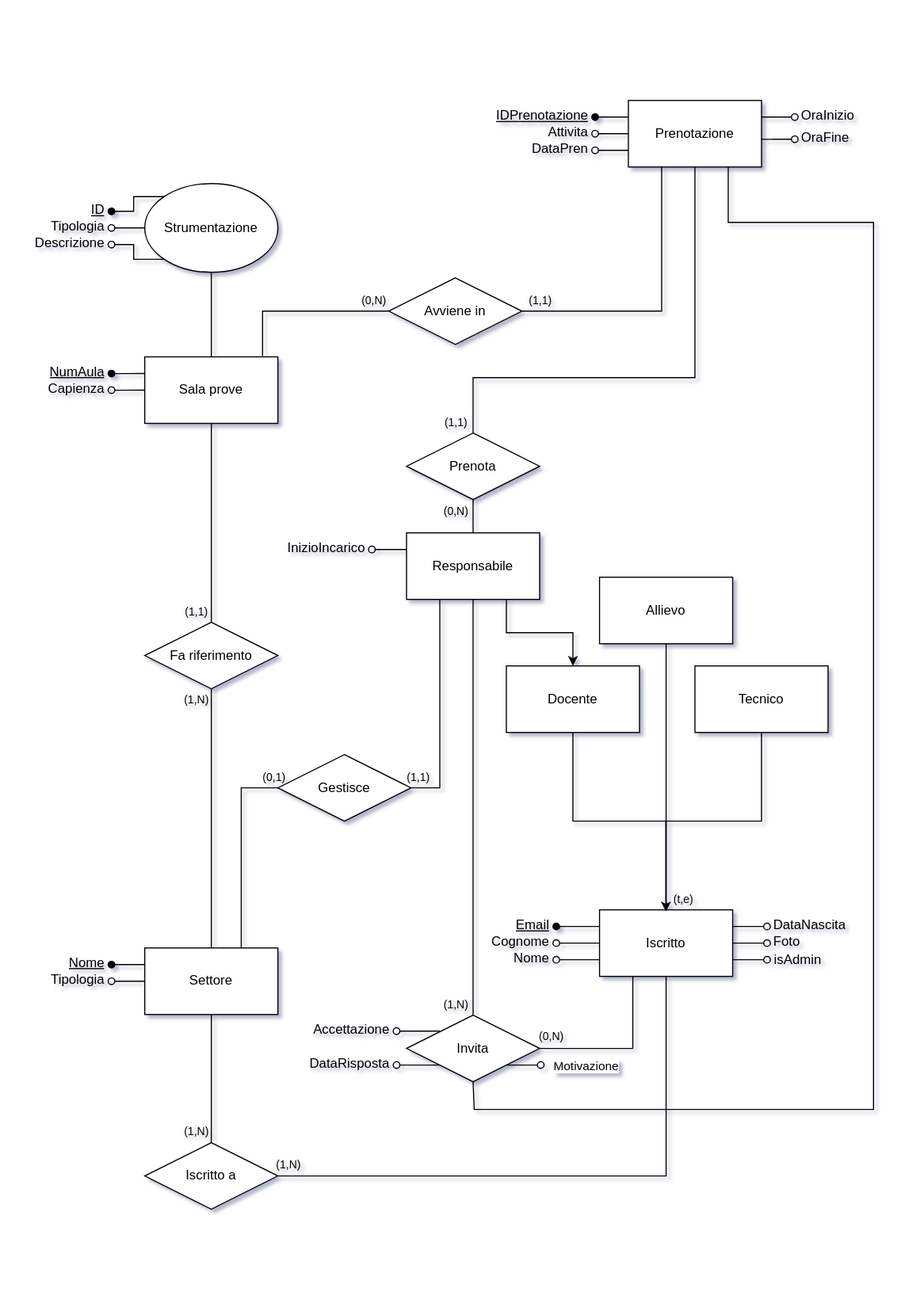
pirvllv/PWeb-Project_25-26_Ancri-Piralla-Suanno keeps this draw.io diagram as schemiER/Schema-ER-NON-ristrutturato.svg. Above is the earlier version. Source tidied: cells renumbered, new cells last; positions are measured from the earlier drawing's top-left corner, leaving out a move shared by most shapes.
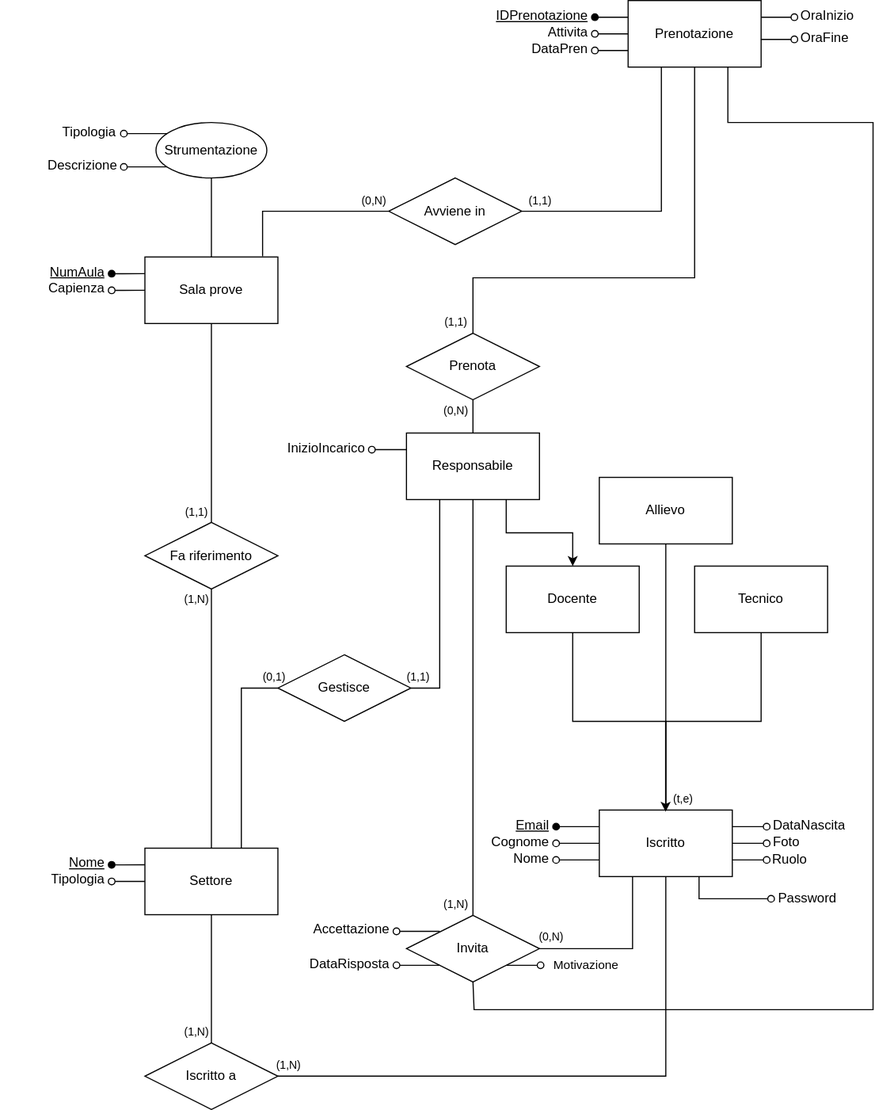
Above is the later version.

What changed in the source:
```diff
@@ -125,30 +125,6 @@
     <mxCell id="36" value="Capienza" style="text;strokeColor=none;fillColor=none;spacingLeft=4;spacingRight=4;overflow=hidden;points=[[0,0.5],[1,0.5]];portConstraint=eastwest;fontSize=12;whiteSpace=wrap;html=1;align=right;" parent="31" vertex="1">
       <mxGeometry x="30" y="15" width="70" height="30" as="geometry" />
     </mxCell>
-    <mxCell id="37" style="group;" parent="1" vertex="1">
-      <mxGeometry x="20" y="85" width="230" height="75" as="geometry" />
-    </mxCell>
-    <mxCell id="38" style="edgeStyle=orthogonalEdgeStyle;rounded=0;jettySize=auto;html=1;entryX=0;entryY=0;entryDx=0;entryDy=0;startArrow=oval;startFill=1;endArrow=none;endFill=0;" parent="37" edge="1" source="39" target="44">
-      <mxGeometry relative="1" as="geometry" />
-    </mxCell>
-    <mxCell id="39" value="&lt;u&gt;ID&lt;/u&gt;" style="text;strokeColor=none;fillColor=none;spacingLeft=4;spacingRight=4;overflow=hidden;points=[[0,0.5],[1,0.5]];portConstraint=eastwest;fontSize=12;whiteSpace=wrap;html=1;align=right;" parent="37" vertex="1">
-      <mxGeometry x="50" width="30" height="30" as="geometry" />
-    </mxCell>
-    <mxCell id="40" style="edgeStyle=orthogonalEdgeStyle;rounded=0;jettySize=auto;html=1;entryX=0;entryY=0.5;entryDx=0;entryDy=0;endArrow=none;endFill=0;startArrow=oval;startFill=0;" parent="37" edge="1" source="41" target="44">
-      <mxGeometry relative="1" as="geometry" />
-    </mxCell>
-    <mxCell id="41" value="Tipologia" style="text;strokeColor=none;fillColor=none;spacingLeft=4;spacingRight=4;overflow=hidden;points=[[0,0.5],[1,0.5]];portConstraint=eastwest;fontSize=12;whiteSpace=wrap;html=1;align=right;" parent="37" vertex="1">
-      <mxGeometry x="10" y="15" width="70" height="30" as="geometry" />
-    </mxCell>
-    <mxCell id="42" style="edgeStyle=orthogonalEdgeStyle;rounded=0;jettySize=auto;html=1;entryX=0;entryY=1;entryDx=0;entryDy=0;endArrow=none;endFill=0;startArrow=oval;startFill=0;" parent="37" edge="1" source="43" target="44">
-      <mxGeometry relative="1" as="geometry" />
-    </mxCell>
-    <mxCell id="43" value="Descrizione" style="text;strokeColor=none;fillColor=none;spacingLeft=4;spacingRight=4;overflow=hidden;points=[[0,0.5],[1,0.5]];portConstraint=eastwest;fontSize=12;whiteSpace=wrap;html=1;align=right;" parent="37" vertex="1">
-      <mxGeometry y="30" width="80" height="30" as="geometry" />
-    </mxCell>
-    <mxCell id="44" value="Strumentazione" style="ellipse;whiteSpace=wrap;html=1;" parent="37" vertex="1">
-      <mxGeometry x="110" y="-10" width="120" height="80" as="geometry" />
-    </mxCell>
     <mxCell id="45" style="group;" parent="1" vertex="1">
       <mxGeometry x="426" width="360" height="60" as="geometry" />
     </mxCell>
@@ -245,9 +221,17 @@
         <mxPoint x="229" y="45" as="targetPoint" />
       </mxGeometry>
     </mxCell>
-    <mxCell id="76" value="isAdmin" style="text;html=1;whiteSpace=wrap;strokeColor=none;fillColor=none;align=center;verticalAlign=middle;rounded=0;" parent="63" vertex="1">
-      <mxGeometry x="258" y="30" width="60" height="30" as="geometry" />
+    <mxCell id="76" value="Ruolo" style="text;html=1;whiteSpace=wrap;strokeColor=none;fillColor=none;align=center;verticalAlign=middle;rounded=0;" parent="63" vertex="1">
+      <mxGeometry x="251" y="30" width="60" height="30" as="geometry" />
     </mxCell>
+    <mxCell id="98" style="edgeStyle=orthogonalEdgeStyle;rounded=0;jettySize=auto;html=1;entryX=0.75;entryY=1;entryDx=0;entryDy=0;endArrow=none;startFill=0;startArrow=oval;" parent="63" edge="1" target="65">
+      <mxGeometry relative="1" as="geometry">
+        <mxPoint x="264" y="80" as="sourcePoint" />
+        <Array as="points">
+          <mxPoint x="199" y="80" />
+        </Array>
+      </mxGeometry>
+    </mxCell>
     <mxCell id="77" style="group;" parent="1" vertex="1">
       <mxGeometry x="216" y="390" width="270" height="60" as="geometry" />
     </mxCell>
@@ -299,9 +283,6 @@
     <mxCell id="93" value="&lt;span style=&quot;font-size: 10px;&quot;&gt;(t,e)&lt;/span&gt;" style="text;html=1;align=center;verticalAlign=middle;whiteSpace=wrap;rounded=0;" parent="1" vertex="1">
       <mxGeometry x="596" y="710" width="40" height="20" as="geometry" />
     </mxCell>
-    <mxCell id="94" style="endArrow=none;html=1;rounded=0;entryX=0.5;entryY=1;entryDx=0;entryDy=0;exitX=0.5;exitY=0;exitDx=0;exitDy=0;" parent="1" edge="1" source="32" target="44">
-      <mxGeometry relative="1" as="geometry" />
-    </mxCell>
     <mxCell id="95" style="edgeStyle=orthogonalEdgeStyle;rounded=0;jettySize=auto;html=1;exitX=0.75;exitY=1;exitDx=0;exitDy=0;entryX=0.5;entryY=0;entryDx=0;entryDy=0;" parent="1" edge="1" source="78" target="15">
       <mxGeometry relative="1" as="geometry" />
     </mxCell>
@@ -323,5 +304,32 @@
         </Array>
       </mxGeometry>
     </mxCell>
+    <mxCell id="99" value="Password" style="text;html=1;whiteSpace=wrap;strokeColor=none;fillColor=none;align=center;verticalAlign=middle;rounded=0;" parent="1" vertex="1">
+      <mxGeometry x="698" y="795.4" width="60" height="30" as="geometry" />
+    </mxCell>
+    <mxCell id="44" value="Strumentazione" style="ellipse;whiteSpace=wrap;html=1;" parent="1" vertex="1">
+      <mxGeometry x="140" y="110" width="100" height="50" as="geometry" />
+    </mxCell>
+    <mxCell id="94" style="endArrow=none;html=1;rounded=0;entryX=0.5;entryY=1;entryDx=0;entryDy=0;exitX=0.5;exitY=0;exitDx=0;exitDy=0;" parent="1" edge="1" source="32" target="44">
+      <mxGeometry relative="1" as="geometry" />
+    </mxCell>
+    <mxCell id="100" style="edgeStyle=orthogonalEdgeStyle;rounded=0;orthogonalLoop=1;jettySize=auto;html=1;startArrow=none;startFill=0;endArrow=oval;endFill=0;" parent="1" edge="1">
+      <mxGeometry relative="1" as="geometry">
+        <mxPoint x="150" y="120" as="sourcePoint" />
+        <mxPoint x="111" y="120" as="targetPoint" />
+      </mxGeometry>
+    </mxCell>
+    <mxCell id="101" style="edgeStyle=orthogonalEdgeStyle;rounded=0;orthogonalLoop=1;jettySize=auto;html=1;entryX=0;entryY=0.75;entryDx=0;entryDy=0;startArrow=oval;startFill=0;endArrow=none;" parent="1" edge="1">
+      <mxGeometry relative="1" as="geometry">
+        <mxPoint x="111" y="150" as="sourcePoint" />
+        <mxPoint x="150" y="150" as="targetPoint" />
+      </mxGeometry>
+    </mxCell>
+    <mxCell id="41" value="Tipologia" style="text;html=1;whiteSpace=wrap;strokeColor=none;fillColor=none;align=center;verticalAlign=middle;rounded=0;" parent="1" vertex="1">
+      <mxGeometry x="50" y="104" width="60" height="30" as="geometry" />
+    </mxCell>
+    <mxCell id="43" value="Descrizione" style="text;html=1;whiteSpace=wrap;strokeColor=none;fillColor=none;align=center;verticalAlign=middle;rounded=0;" parent="1" vertex="1">
+      <mxGeometry x="44" y="134" width="60" height="30" as="geometry" />
+    </mxCell>
   </root>
 </mxGraphModel>
```
